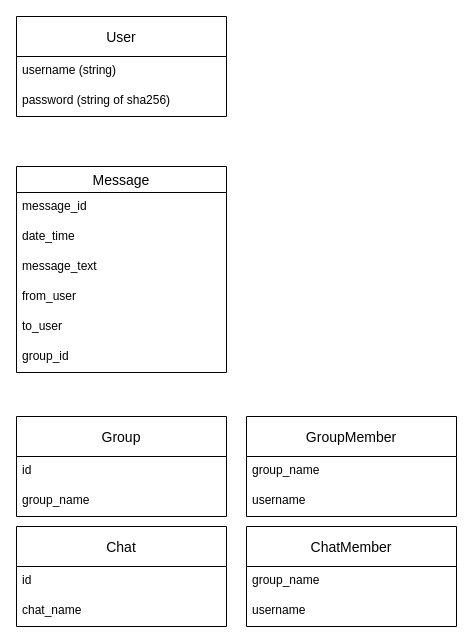
This is sql_tabels.drawio from lucky-rydar/miMessage, a draw.io file, before an edit. Source tidied: cells renumbered, new cells numbered last; positions are measured from the earlier drawing's top-left corner, leaving out a move shared by most shapes. Both pictures are drawn from the tidied source at 100%, with x=0, y=0 at pixel (16, 16).
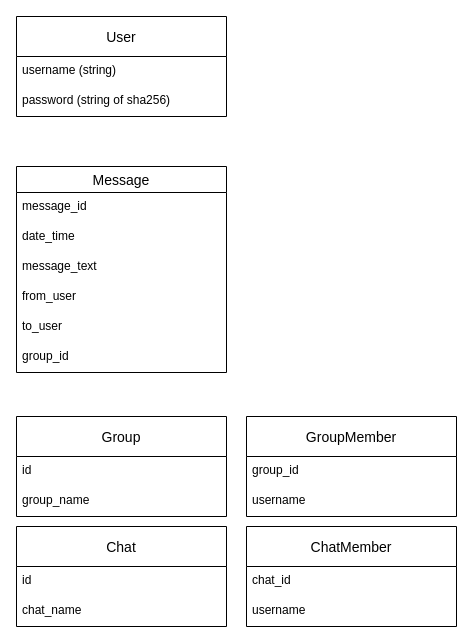
After the change.

Unchanged cells that the change refers to:
```xml
<mxCell id="8" value="ChatMember" style="swimlane;fontStyle=0;horizontal=1;startSize=40;align=center;fontSize=14;" parent="1" vertex="1">
  <mxGeometry x="230" y="510" width="210" height="100" as="geometry" />
</mxCell>
<mxCell id="11" value="GroupMember" style="swimlane;fontStyle=0;horizontal=1;startSize=40;align=center;fontSize=14;" parent="1" vertex="1">
  <mxGeometry x="230" y="400" width="210" height="100" as="geometry" />
</mxCell>
```

The edit, as a diff of the source:
```diff
@@
-    <mxCell id="9" value="group_name" style="text;strokeColor=none;fillColor=none;spacingLeft=4;spacingRight=4;overflow=hidden;fontSize=12;" parent="8" vertex="1">
+    <mxCell id="9" value="chat_id" style="text;strokeColor=none;fillColor=none;spacingLeft=4;spacingRight=4;overflow=hidden;fontSize=12;" parent="8" vertex="1">
       <mxGeometry y="40" width="210" height="30" as="geometry" />
     </mxCell>
@@
-    <mxCell id="12" value="group_name" style="text;strokeColor=none;fillColor=none;spacingLeft=4;spacingRight=4;overflow=hidden;fontSize=12;" parent="11" vertex="1">
+    <mxCell id="12" value="group_id" style="text;strokeColor=none;fillColor=none;spacingLeft=4;spacingRight=4;overflow=hidden;fontSize=12;" parent="11" vertex="1">
       <mxGeometry y="40" width="210" height="30" as="geometry" />
     </mxCell>
```
